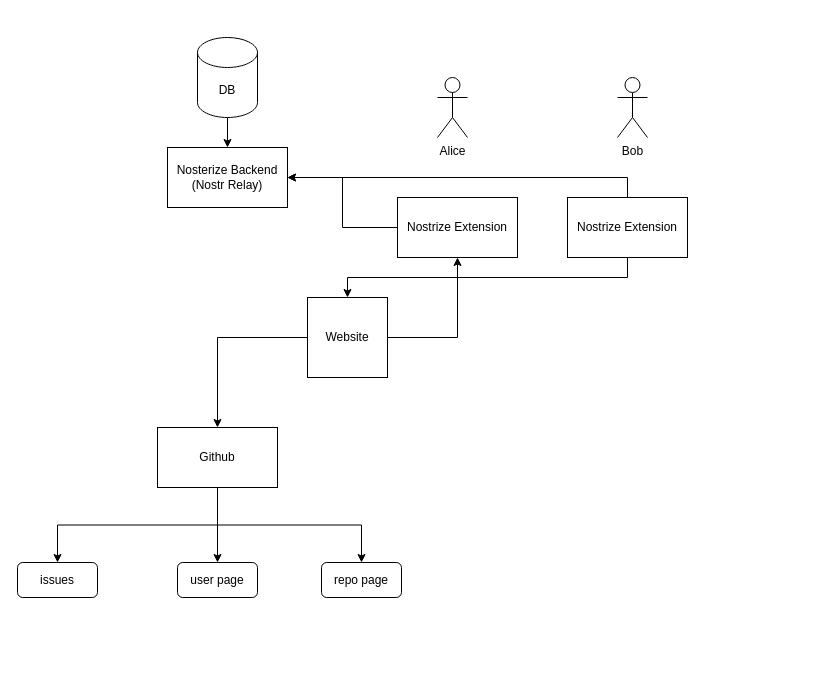
This is Nostrize Architecture.drawio from nostrize/extension, a draw.io file, before an edit. Source tidied: cells renumbered, new cells numbered last; positions are measured from the earlier drawing's top-left corner, leaving out a move shared by most shapes. Both pictures are drawn from the tidied source at 100%, with x=0, y=0 at pixel (17, 37).
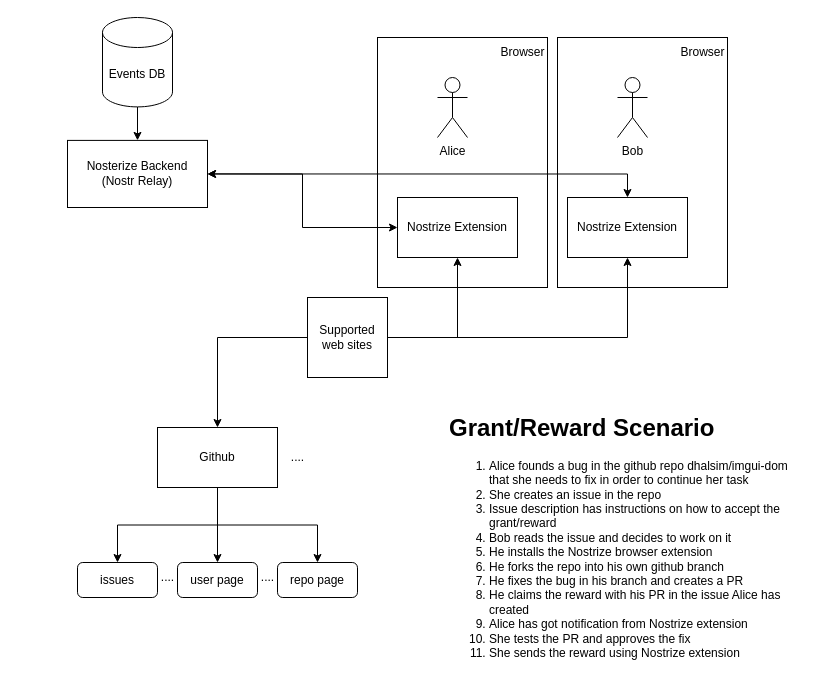
Above is the later version.

Unchanged cells that the change refers to:
```xml
<mxCell id="4" value="Nostrize Extension" style="whiteSpace=wrap;html=1;" parent="1" vertex="1">
  <mxGeometry x="380" y="160" width="120" height="60" as="geometry" />
</mxCell>
<mxCell id="21" value="Nostrize Extension" style="whiteSpace=wrap;html=1;" parent="1" vertex="1">
  <mxGeometry x="550" y="160" width="120" height="60" as="geometry" />
</mxCell>
```

The edit, as a diff of the source:
```diff
@@
-    <mxCell id="2" value="Nosterize Backend&lt;br&gt;(Nostr Relay)" style="rounded=0;whiteSpace=wrap;html=1;" parent="1" vertex="1">
-      <mxGeometry x="150" y="110" width="120" height="60" as="geometry" />
-    </mxCell>
+    <mxCell id="22" style="group;" parent="1" vertex="1">
+      <mxGeometry x="540" width="180" height="250" as="geometry" />
+    </mxCell>
+    <mxCell id="23" style="rounded=0;whiteSpace=wrap;html=1;" parent="22" vertex="1">
+      <mxGeometry width="170" height="250" as="geometry" />
+    </mxCell>
+    <mxCell id="24" value="Browser" style="text;html=1;align=center;verticalAlign=middle;strokeColor=none;fillColor=none;" parent="22" vertex="1">
+      <mxGeometry x="110" width="70" height="30" as="geometry" />
+    </mxCell>
+    <mxCell id="25" style="group;" parent="1" vertex="1">
+      <mxGeometry x="360" width="180" height="250" as="geometry" />
+    </mxCell>
+    <mxCell id="26" style="rounded=0;whiteSpace=wrap;html=1;" parent="25" vertex="1">
+      <mxGeometry width="170" height="250" as="geometry" />
+    </mxCell>
+    <mxCell id="27" value="Browser" style="text;html=1;align=center;verticalAlign=middle;strokeColor=none;fillColor=none;" parent="25" vertex="1">
+      <mxGeometry x="110" width="70" height="30" as="geometry" />
+    </mxCell>
-    <mxCell id="3" style="edgeStyle=orthogonalEdgeStyle;rounded=0;jettySize=auto;html=1;exitX=0;exitY=0.5;exitDx=0;exitDy=0;entryX=1;entryY=0.5;entryDx=0;entryDy=0;" parent="1" edge="1" source="4" target="2">
+    <mxCell id="3" style="edgeStyle=orthogonalEdgeStyle;rounded=0;jettySize=auto;html=1;exitX=0;exitY=0.5;exitDx=0;exitDy=0;entryX=1;entryY=0.5;entryDx=0;entryDy=0;shadow=0;flowAnimation=0;startArrow=classic;startFill=1;" parent="1" edge="1" source="4" target="2">
       <mxGeometry relative="1" as="geometry" />
     </mxCell>
@@
+    <mxCell id="28" style="edgeStyle=orthogonalEdgeStyle;rounded=0;jettySize=auto;html=1;exitX=1;exitY=0.5;exitDx=0;exitDy=0;entryX=0.5;entryY=1;entryDx=0;entryDy=0;" parent="1" edge="1" source="7" target="21">
+      <mxGeometry relative="1" as="geometry" />
+    </mxCell>
-    <mxCell id="7" value="Website" style="whiteSpace=wrap;html=1;" parent="1" vertex="1">
+    <mxCell id="7" value="Supported web sites" style="whiteSpace=wrap;html=1;" parent="1" vertex="1">
       <mxGeometry x="290" y="260" width="80" height="80" as="geometry" />
     </mxCell>
@@
-    <mxCell id="12" style="edgeStyle=orthogonalEdgeStyle;rounded=0;jettySize=auto;html=1;exitX=0.5;exitY=1;exitDx=0;exitDy=0;exitPerimeter=0;entryX=0.5;entryY=0;entryDx=0;entryDy=0;" parent="1" edge="1" source="13" target="2">
-      <mxGeometry relative="1" as="geometry" />
-    </mxCell>
-    <mxCell id="13" value="DB" style="shape=cylinder3;whiteSpace=wrap;html=1;boundedLbl=1;backgroundOutline=1;size=15;" parent="1" vertex="1">
-      <mxGeometry x="180" width="60" height="80" as="geometry" />
-    </mxCell>
@@
     <mxCell id="16" value="issues" style="rounded=1;whiteSpace=wrap;html=1;" parent="1" vertex="1">
-      <mxGeometry y="525" width="80" height="35" as="geometry" />
+      <mxGeometry x="60" y="525" width="80" height="35" as="geometry" />
     </mxCell>
@@
     <mxCell id="18" value="repo page" style="rounded=1;whiteSpace=wrap;html=1;" parent="1" vertex="1">
-      <mxGeometry x="304" y="525" width="80" height="35" as="geometry" />
+      <mxGeometry x="260" y="525" width="80" height="35" as="geometry" />
     </mxCell>
-    <mxCell id="19" style="edgeStyle=orthogonalEdgeStyle;rounded=0;jettySize=auto;html=1;exitX=0.5;exitY=0;exitDx=0;exitDy=0;entryX=1;entryY=0.5;entryDx=0;entryDy=0;" parent="1" edge="1" source="21" target="2">
+    <mxCell id="19" style="edgeStyle=orthogonalEdgeStyle;rounded=0;jettySize=auto;html=1;exitX=0.5;exitY=0;exitDx=0;exitDy=0;entryX=1;entryY=0.5;entryDx=0;entryDy=0;startArrow=classic;startFill=1;" parent="1" edge="1" source="21" target="2">
       <mxGeometry relative="1" as="geometry" />
     </mxCell>
-    <mxCell id="20" style="edgeStyle=orthogonalEdgeStyle;rounded=0;jettySize=auto;html=1;exitX=0.5;exitY=1;exitDx=0;exitDy=0;" parent="1" edge="1" source="21" target="7">
-      <mxGeometry relative="1" as="geometry" />
-    </mxCell>
@@
+    <mxCell id="29" value="...." style="text;html=1;align=center;verticalAlign=middle;strokeColor=none;fillColor=none;" parent="1" vertex="1">
+      <mxGeometry x="130" y="524.5" width="40" height="30" as="geometry" />
+    </mxCell>
+    <mxCell id="30" value="...." style="text;html=1;align=center;verticalAlign=middle;strokeColor=none;fillColor=none;" parent="1" vertex="1">
+      <mxGeometry x="230" y="525" width="40" height="30" as="geometry" />
+    </mxCell>
+    <mxCell id="31" value="...." style="text;html=1;align=center;verticalAlign=middle;strokeColor=none;fillColor=none;" parent="1" vertex="1">
+      <mxGeometry x="260" y="405" width="40" height="30" as="geometry" />
+    </mxCell>
+    <mxCell id="32" style="group;" parent="1" vertex="1">
+      <mxGeometry x="50" y="-20" width="140" height="190" as="geometry" />
+    </mxCell>
+    <mxCell id="2" value="Nosterize Backend&lt;br&gt;(Nostr Relay)" style="rounded=0;whiteSpace=wrap;html=1;" parent="32" vertex="1">
+      <mxGeometry y="122.9" width="140" height="67.1" as="geometry" />
+    </mxCell>
+    <mxCell id="12" style="edgeStyle=orthogonalEdgeStyle;rounded=0;jettySize=auto;html=1;exitX=0.5;exitY=1;exitDx=0;exitDy=0;exitPerimeter=0;entryX=0.5;entryY=0;entryDx=0;entryDy=0;" parent="32" edge="1" source="13" target="2">
+      <mxGeometry relative="1" as="geometry" />
+    </mxCell>
+    <mxCell id="13" value="Events DB" style="shape=cylinder3;whiteSpace=wrap;html=1;boundedLbl=1;backgroundOutline=1;size=15;" parent="32" vertex="1">
+      <mxGeometry x="35" width="70" height="89.4" as="geometry" />
+    </mxCell>
+    <mxCell id="33" value="&lt;h1 style=&quot;margin-top: 0px;&quot;&gt;Grant/Reward Scenario&lt;/h1&gt;&lt;p&gt;&lt;/p&gt;&lt;ol&gt;&lt;li&gt;Alice founds a bug in the github repo dhalsim/imgui-dom that she needs to fix in order to continue her task&lt;/li&gt;&lt;li&gt;She creates an issue in the repo&lt;/li&gt;&lt;li&gt;Issue description has instructions on how to accept the grant/reward&lt;/li&gt;&lt;li&gt;Bob reads the issue and decides to work on it&lt;/li&gt;&lt;li&gt;He installs the Nostrize browser extension&lt;/li&gt;&lt;li&gt;He forks the repo into his own github branch&lt;/li&gt;&lt;li&gt;He fixes the bug in his branch and creates a PR&lt;/li&gt;&lt;li&gt;He claims the reward with his PR in the issue Alice has created&lt;/li&gt;&lt;li&gt;Alice has got notification from Nostrize extension&lt;/li&gt;&lt;li&gt;She tests the PR and approves the fix&lt;/li&gt;&lt;li&gt;She sends the reward using Nostrize extension&lt;/li&gt;&lt;/ol&gt;&lt;p&gt;&lt;/p&gt;" style="text;html=1;whiteSpace=wrap;overflow=hidden;rounded=0;" parent="1" vertex="1">
+      <mxGeometry x="430" y="370" width="360" height="260" as="geometry" />
+    </mxCell>
```
